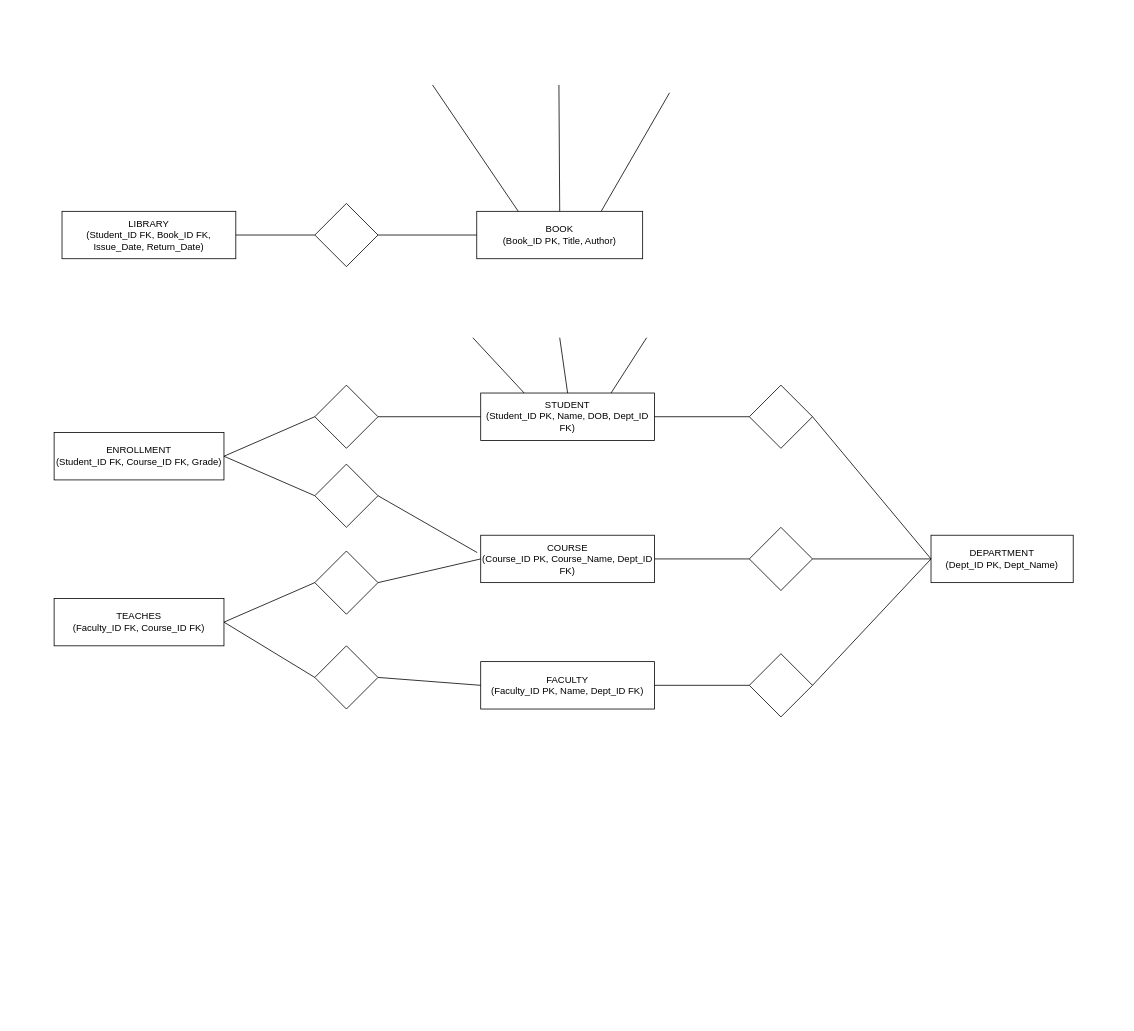
suryanshyadav2023-tech/erdiagram keeps this draw.io diagram as unier.drawio. Above is the earlier version. Source tidied: cells renumbered, new cells numbered last; positions are measured from the earlier drawing's top-left corner, leaving out a move shared by most shapes. Both pictures are drawn from the tidied source at 79%, with x=0, y=0 at pixel (54, 85).
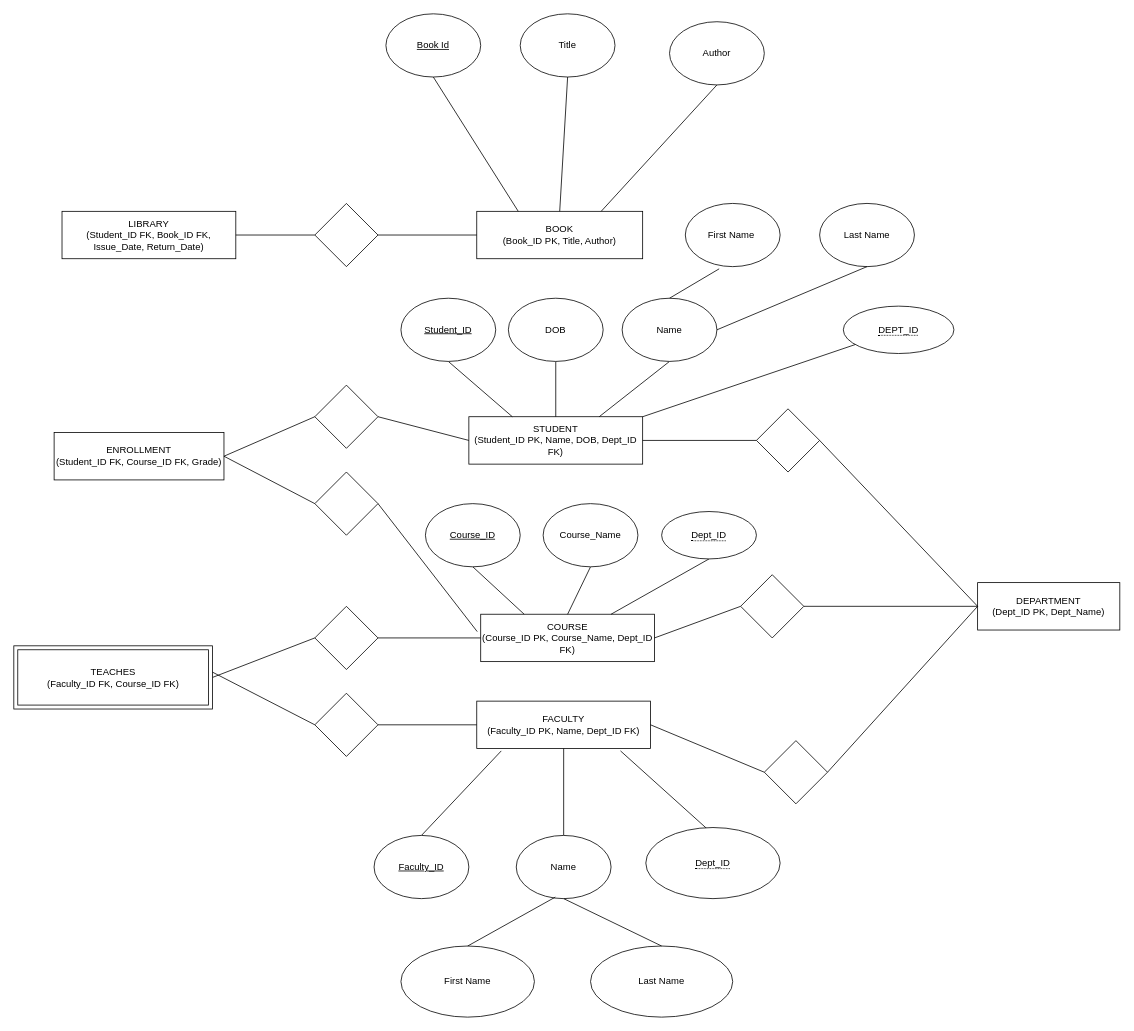
The same diagram, later.

The change refers to these unchanged cells:
```xml
<mxCell id="6" value="BOOK&#10;(Book_ID PK, Title, Author)" style="shape=rectangle;rounded=0;whiteSpace=wrap;html=1;" parent="1" vertex="1">
  <mxGeometry x="535" y="160" width="210" height="60" as="geometry" />
</mxCell>
```

The edit, as a diff of the source:
```diff
@@
     <mxCell id="2" value="STUDENT&#10;(Student_ID PK, Name, DOB, Dept_ID FK)" style="shape=rectangle;rounded=0;whiteSpace=wrap;html=1;" parent="1" vertex="1">
-      <mxGeometry x="540" y="390" width="220" height="60" as="geometry" />
+      <mxGeometry x="525" y="420" width="220" height="60" as="geometry" />
     </mxCell>
     <mxCell id="3" value="DEPARTMENT&#10;(Dept_ID PK, Dept_Name)" style="shape=rectangle;rounded=0;whiteSpace=wrap;html=1;" parent="1" vertex="1">
-      <mxGeometry x="1110" y="570" width="180" height="60" as="geometry" />
+      <mxGeometry x="1169" y="630" width="180" height="60" as="geometry" />
     </mxCell>
     <mxCell id="4" value="COURSE&#10;(Course_ID PK, Course_Name, Dept_ID FK)" style="shape=rectangle;rounded=0;whiteSpace=wrap;html=1;" parent="1" vertex="1">
-      <mxGeometry x="540" y="570" width="220" height="60" as="geometry" />
+      <mxGeometry x="540" y="670" width="220" height="60" as="geometry" />
     </mxCell>
     <mxCell id="5" value="FACULTY&#10;(Faculty_ID PK, Name, Dept_ID FK)" style="shape=rectangle;rounded=0;whiteSpace=wrap;html=1;" parent="1" vertex="1">
-      <mxGeometry x="540" y="730" width="220" height="60" as="geometry" />
+      <mxGeometry x="535" y="780" width="220" height="60" as="geometry" />
     </mxCell>
@@
-    <mxCell id="9" value="TEACHES&lt;br&gt;(Faculty_ID FK, Course_ID FK)" style="rounded=0;whiteSpace=wrap;html=1;" parent="1" vertex="1">
-      <mxGeometry y="650" width="215" height="60" as="geometry" />
-    </mxCell>
@@
     <mxCell id="14" style="rhombus;whiteSpace=wrap;html=1;" parent="1" vertex="1">
-      <mxGeometry x="330" y="480" width="80" height="80" as="geometry" />
+      <mxGeometry x="330" y="490" width="80" height="80" as="geometry" />
     </mxCell>
     <mxCell id="15" style="rhombus;whiteSpace=wrap;html=1;" parent="1" vertex="1">
-      <mxGeometry x="330" y="590" width="80" height="80" as="geometry" />
+      <mxGeometry x="330" y="660" width="80" height="80" as="geometry" />
     </mxCell>
     <mxCell id="16" style="rhombus;whiteSpace=wrap;html=1;" parent="1" vertex="1">
-      <mxGeometry x="330" y="710" width="80" height="80" as="geometry" />
+      <mxGeometry x="330" y="770" width="80" height="80" as="geometry" />
     </mxCell>
@@
-    <mxCell id="23" style="endArrow=none;html=1;rounded=0;exitX=1;exitY=0.5;exitDx=0;exitDy=0;entryX=0;entryY=0.5;entryDx=0;entryDy=0;" parent="1" edge="1" source="9" target="16">
+    <mxCell id="23" style="endArrow=none;html=1;rounded=0;exitX=0.996;exitY=0.41;exitDx=0;exitDy=0;entryX=0;entryY=0.5;entryDx=0;entryDy=0;exitPerimeter=0;" parent="1" edge="1" source="9" target="16">
       <mxGeometry relative="1" as="geometry" />
     </mxCell>
@@
     <mxCell id="25" style="rhombus;whiteSpace=wrap;html=1;" parent="1" vertex="1">
-      <mxGeometry x="880" y="380" width="80" height="80" as="geometry" />
+      <mxGeometry x="889" y="410" width="80" height="80" as="geometry" />
     </mxCell>
     <mxCell id="26" style="rhombus;whiteSpace=wrap;html=1;" parent="1" vertex="1">
-      <mxGeometry x="880" y="560" width="80" height="80" as="geometry" />
+      <mxGeometry x="869" y="620" width="80" height="80" as="geometry" />
     </mxCell>
     <mxCell id="27" style="rhombus;whiteSpace=wrap;html=1;" parent="1" vertex="1">
-      <mxGeometry x="880" y="720" width="80" height="80" as="geometry" />
+      <mxGeometry x="899" y="830" width="80" height="80" as="geometry" />
     </mxCell>
@@
-    <mxCell id="34" style="endArrow=none;html=1;rounded=0;exitX=0.25;exitY=0;exitDx=0;exitDy=0;" parent="1" edge="1" source="6">
-      <mxGeometry relative="1" as="geometry">
-        <mxPoint x="479" as="targetPoint" />
-      </mxGeometry>
+    <mxCell id="34" style="endArrow=none;html=1;rounded=0;exitX=0.25;exitY=0;exitDx=0;exitDy=0;entryX=0.5;entryY=1;entryDx=0;entryDy=0;" parent="1" edge="1" source="6" target="46">
+      <mxGeometry relative="1" as="geometry" />
     </mxCell>
-    <mxCell id="35" style="endArrow=none;html=1;rounded=0;exitX=0.75;exitY=0;exitDx=0;exitDy=0;" parent="1" edge="1" source="6">
-      <mxGeometry relative="1" as="geometry">
-        <mxPoint x="779" y="10" as="targetPoint" />
-      </mxGeometry>
+    <mxCell id="35" style="endArrow=none;html=1;rounded=0;exitX=0.75;exitY=0;exitDx=0;exitDy=0;entryX=0.5;entryY=1;entryDx=0;entryDy=0;" parent="1" edge="1" source="6" target="47">
+      <mxGeometry relative="1" as="geometry" />
     </mxCell>
-    <mxCell id="36" style="endArrow=none;html=1;rounded=0;exitX=0.5;exitY=0;exitDx=0;exitDy=0;" parent="1" edge="1" source="6">
-      <mxGeometry relative="1" as="geometry">
-        <mxPoint x="639" as="targetPoint" />
-      </mxGeometry>
+    <mxCell id="36" style="endArrow=none;html=1;rounded=0;exitX=0.5;exitY=0;exitDx=0;exitDy=0;entryX=0.5;entryY=1;entryDx=0;entryDy=0;" parent="1" edge="1" source="6" target="48">
+      <mxGeometry relative="1" as="geometry" />
     </mxCell>
-    <mxCell id="37" style="endArrow=none;html=1;rounded=0;entryX=0.75;entryY=0;entryDx=0;entryDy=0;" parent="1" edge="1" target="2">
-      <mxGeometry relative="1" as="geometry">
-        <mxPoint x="750" y="320" as="sourcePoint" />
-      </mxGeometry>
+    <mxCell id="37" style="endArrow=none;html=1;rounded=0;entryX=0.75;entryY=0;entryDx=0;entryDy=0;exitX=0.5;exitY=1;exitDx=0;exitDy=0;" parent="1" edge="1" source="49" target="2">
+      <mxGeometry relative="1" as="geometry" />
     </mxCell>
-    <mxCell id="38" style="endArrow=none;html=1;rounded=0;entryX=0.5;entryY=0;entryDx=0;entryDy=0;" parent="1" edge="1" target="2">
-      <mxGeometry relative="1" as="geometry">
-        <mxPoint x="640" y="320" as="sourcePoint" />
-      </mxGeometry>
+    <mxCell id="38" style="endArrow=none;html=1;rounded=0;entryX=0.5;entryY=0;entryDx=0;entryDy=0;exitX=0.5;exitY=1;exitDx=0;exitDy=0;" parent="1" edge="1" source="50" target="2">
+      <mxGeometry relative="1" as="geometry" />
     </mxCell>
-    <mxCell id="39" style="endArrow=none;html=1;rounded=0;exitX=0.25;exitY=0;exitDx=0;exitDy=0;" parent="1" edge="1" source="2">
-      <mxGeometry relative="1" as="geometry">
-        <mxPoint x="530" y="320" as="targetPoint" />
-      </mxGeometry>
+    <mxCell id="39" style="endArrow=none;html=1;rounded=0;exitX=0.25;exitY=0;exitDx=0;exitDy=0;entryX=0.5;entryY=1;entryDx=0;entryDy=0;" parent="1" edge="1" source="2" target="51">
+      <mxGeometry relative="1" as="geometry" />
     </mxCell>
+    <mxCell id="40" style="endArrow=none;html=1;rounded=0;exitX=0.75;exitY=0;exitDx=0;exitDy=0;entryX=0.5;entryY=1;entryDx=0;entryDy=0;" parent="1" edge="1" source="4" target="62">
+      <mxGeometry relative="1" as="geometry" />
+    </mxCell>
+    <mxCell id="41" style="endArrow=none;html=1;rounded=0;exitX=0.5;exitY=0;exitDx=0;exitDy=0;entryX=0.5;entryY=1;entryDx=0;entryDy=0;" parent="1" edge="1" source="4" target="56">
+      <mxGeometry relative="1" as="geometry" />
+    </mxCell>
+    <mxCell id="42" style="endArrow=none;html=1;rounded=0;exitX=0.25;exitY=0;exitDx=0;exitDy=0;entryX=0.5;entryY=1;entryDx=0;entryDy=0;" parent="1" edge="1" source="4" target="57">
+      <mxGeometry relative="1" as="geometry" />
+    </mxCell>
+    <mxCell id="43" style="endArrow=none;html=1;rounded=0;exitX=0.827;exitY=1.05;exitDx=0;exitDy=0;exitPerimeter=0;entryX=0.46;entryY=0.025;entryDx=0;entryDy=0;entryPerimeter=0;" parent="1" edge="1" source="5" target="67">
+      <mxGeometry relative="1" as="geometry" />
+    </mxCell>
+    <mxCell id="44" style="endArrow=none;html=1;rounded=0;exitX=0.5;exitY=1;exitDx=0;exitDy=0;entryX=0.5;entryY=0;entryDx=0;entryDy=0;" parent="1" edge="1" source="5" target="59">
+      <mxGeometry relative="1" as="geometry" />
+    </mxCell>
+    <mxCell id="45" style="endArrow=none;html=1;rounded=0;exitX=0.141;exitY=1.05;exitDx=0;exitDy=0;exitPerimeter=0;entryX=0.5;entryY=0;entryDx=0;entryDy=0;" parent="1" edge="1" source="5" target="58">
+      <mxGeometry relative="1" as="geometry" />
+    </mxCell>
+    <mxCell id="46" value="&lt;u&gt;Book Id&lt;/u&gt;" style="ellipse;whiteSpace=wrap;html=1;" parent="1" vertex="1">
+      <mxGeometry x="420" y="-90" width="120" height="80" as="geometry" />
+    </mxCell>
+    <mxCell id="47" value="Author" style="ellipse;whiteSpace=wrap;html=1;" parent="1" vertex="1">
+      <mxGeometry x="779" y="-80" width="120" height="80" as="geometry" />
+    </mxCell>
+    <mxCell id="48" value="Title" style="ellipse;whiteSpace=wrap;html=1;" parent="1" vertex="1">
+      <mxGeometry x="590" y="-90" width="120" height="80" as="geometry" />
+    </mxCell>
+    <mxCell id="49" value="Name" style="ellipse;whiteSpace=wrap;html=1;" parent="1" vertex="1">
+      <mxGeometry x="719" y="270" width="120" height="80" as="geometry" />
+    </mxCell>
+    <mxCell id="50" value="DOB" style="ellipse;whiteSpace=wrap;html=1;" parent="1" vertex="1">
+      <mxGeometry x="575" y="270" width="120" height="80" as="geometry" />
+    </mxCell>
+    <mxCell id="51" value="&lt;u&gt;Student_ID&lt;/u&gt;" style="ellipse;whiteSpace=wrap;html=1;" parent="1" vertex="1">
+      <mxGeometry x="439" y="270" width="120" height="80" as="geometry" />
+    </mxCell>
+    <mxCell id="52" value="First Name&amp;nbsp;" style="ellipse;whiteSpace=wrap;html=1;" parent="1" vertex="1">
+      <mxGeometry x="799" y="150" width="120" height="80" as="geometry" />
+    </mxCell>
+    <mxCell id="53" value="Last Name" style="ellipse;whiteSpace=wrap;html=1;" parent="1" vertex="1">
+      <mxGeometry x="969" y="150" width="120" height="80" as="geometry" />
+    </mxCell>
+    <mxCell id="54" style="endArrow=none;html=1;rounded=0;exitX=0.5;exitY=0;exitDx=0;exitDy=0;entryX=0.357;entryY=1.035;entryDx=0;entryDy=0;entryPerimeter=0;" parent="1" edge="1" source="49" target="52">
+      <mxGeometry relative="1" as="geometry" />
+    </mxCell>
+    <mxCell id="55" style="endArrow=none;html=1;rounded=0;exitX=1;exitY=0.5;exitDx=0;exitDy=0;entryX=0.5;entryY=1;entryDx=0;entryDy=0;" parent="1" edge="1" source="49" target="53">
+      <mxGeometry relative="1" as="geometry" />
+    </mxCell>
+    <mxCell id="56" value="Course_Name" style="ellipse;whiteSpace=wrap;html=1;" parent="1" vertex="1">
+      <mxGeometry x="619" y="530" width="120" height="80" as="geometry" />
+    </mxCell>
+    <mxCell id="57" value="&lt;u&gt;Course_ID&lt;/u&gt;" style="ellipse;whiteSpace=wrap;html=1;" parent="1" vertex="1">
+      <mxGeometry x="470" y="530" width="120" height="80" as="geometry" />
+    </mxCell>
+    <mxCell id="58" value="&lt;u&gt;Faculty_ID&lt;/u&gt;" style="ellipse;whiteSpace=wrap;html=1;" parent="1" vertex="1">
+      <mxGeometry x="405" y="950" width="120" height="80" as="geometry" />
+    </mxCell>
+    <mxCell id="59" value="Name" style="ellipse;whiteSpace=wrap;html=1;" parent="1" vertex="1">
+      <mxGeometry x="585" y="950" width="120" height="80" as="geometry" />
+    </mxCell>
+    <mxCell id="9" value="TEACHES&lt;br&gt;(Faculty_ID FK, Course_ID FK)" style="shape=ext;margin=3;double=1;whiteSpace=wrap;html=1;align=center;" parent="1" vertex="1">
+      <mxGeometry x="-51" y="710" width="251.5" height="80" as="geometry" />
+    </mxCell>
+    <mxCell id="60" value="&lt;span style=&quot;border-bottom: 1px dotted&quot;&gt;DEPT_ID&lt;/span&gt;" style="ellipse;whiteSpace=wrap;html=1;align=center;" parent="1" vertex="1">
+      <mxGeometry x="999" y="280" width="140" height="60" as="geometry" />
+    </mxCell>
+    <mxCell id="61" style="endArrow=none;html=1;rounded=0;exitX=1;exitY=0;exitDx=0;exitDy=0;" parent="1" edge="1" source="2" target="60">
+      <mxGeometry relative="1" as="geometry" />
+    </mxCell>
+    <mxCell id="62" value="&lt;span style=&quot;border-bottom: 1px dotted&quot;&gt;Dept_ID&lt;/span&gt;" style="ellipse;whiteSpace=wrap;html=1;align=center;" parent="1" vertex="1">
+      <mxGeometry x="769" y="540" width="120" height="60" as="geometry" />
+    </mxCell>
+    <mxCell id="63" value="Last Name" style="ellipse;whiteSpace=wrap;html=1;align=center;" parent="1" vertex="1">
+      <mxGeometry x="679" y="1090" width="180" height="90" as="geometry" />
+    </mxCell>
+    <mxCell id="64" value="First Name" style="ellipse;whiteSpace=wrap;html=1;align=center;" parent="1" vertex="1">
+      <mxGeometry x="439" y="1090" width="169" height="90" as="geometry" />
+    </mxCell>
+    <mxCell id="65" style="endArrow=none;html=1;rounded=0;exitX=0.5;exitY=1;exitDx=0;exitDy=0;entryX=0.5;entryY=0;entryDx=0;entryDy=0;" parent="1" edge="1" source="59" target="63">
+      <mxGeometry relative="1" as="geometry" />
+    </mxCell>
+    <mxCell id="66" style="endArrow=none;html=1;rounded=0;entryX=0.412;entryY=0.976;entryDx=0;entryDy=0;entryPerimeter=0;exitX=0.5;exitY=0;exitDx=0;exitDy=0;" parent="1" edge="1" source="64" target="59">
+      <mxGeometry relative="1" as="geometry" />
+    </mxCell>
+    <mxCell id="67" value="&lt;span style=&quot;border-bottom: 1px dotted&quot;&gt;Dept_ID&lt;/span&gt;" style="ellipse;whiteSpace=wrap;html=1;align=center;" parent="1" vertex="1">
+      <mxGeometry x="749" y="940" width="170" height="90" as="geometry" />
+    </mxCell>
```
